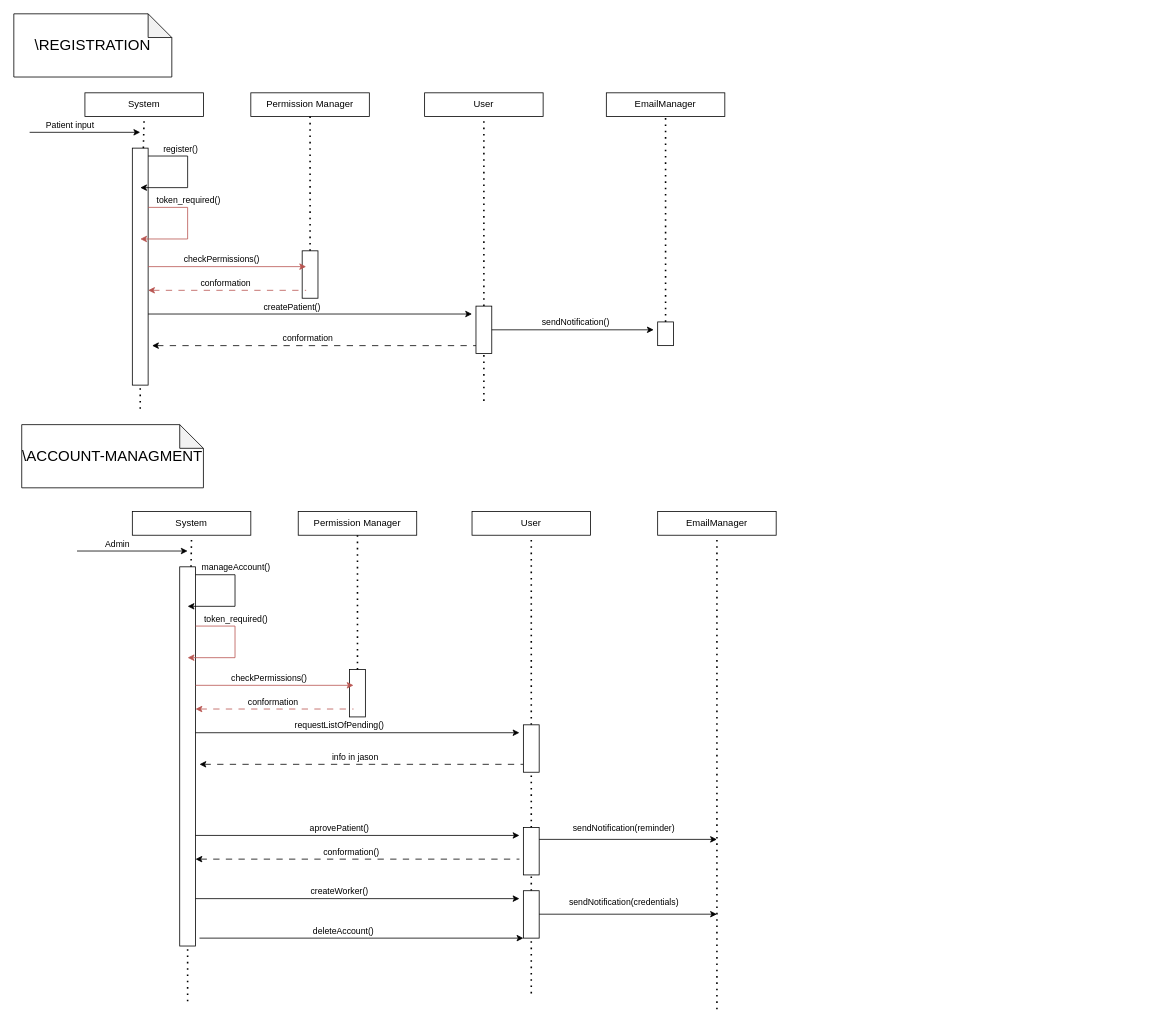
IndecentTulip/Online-Health-Monitoring-System keeps this draw.io diagram as Project_Documentation/sequence_design/Registration.drawio. Above is the earlier version. Source tidied: cells renumbered, new cells numbered last; positions are measured from the earlier drawing's top-left corner, leaving out a move shared by most shapes. Both pictures are drawn from the tidied source at 79%, with x=0, y=0 at pixel (13, 13).
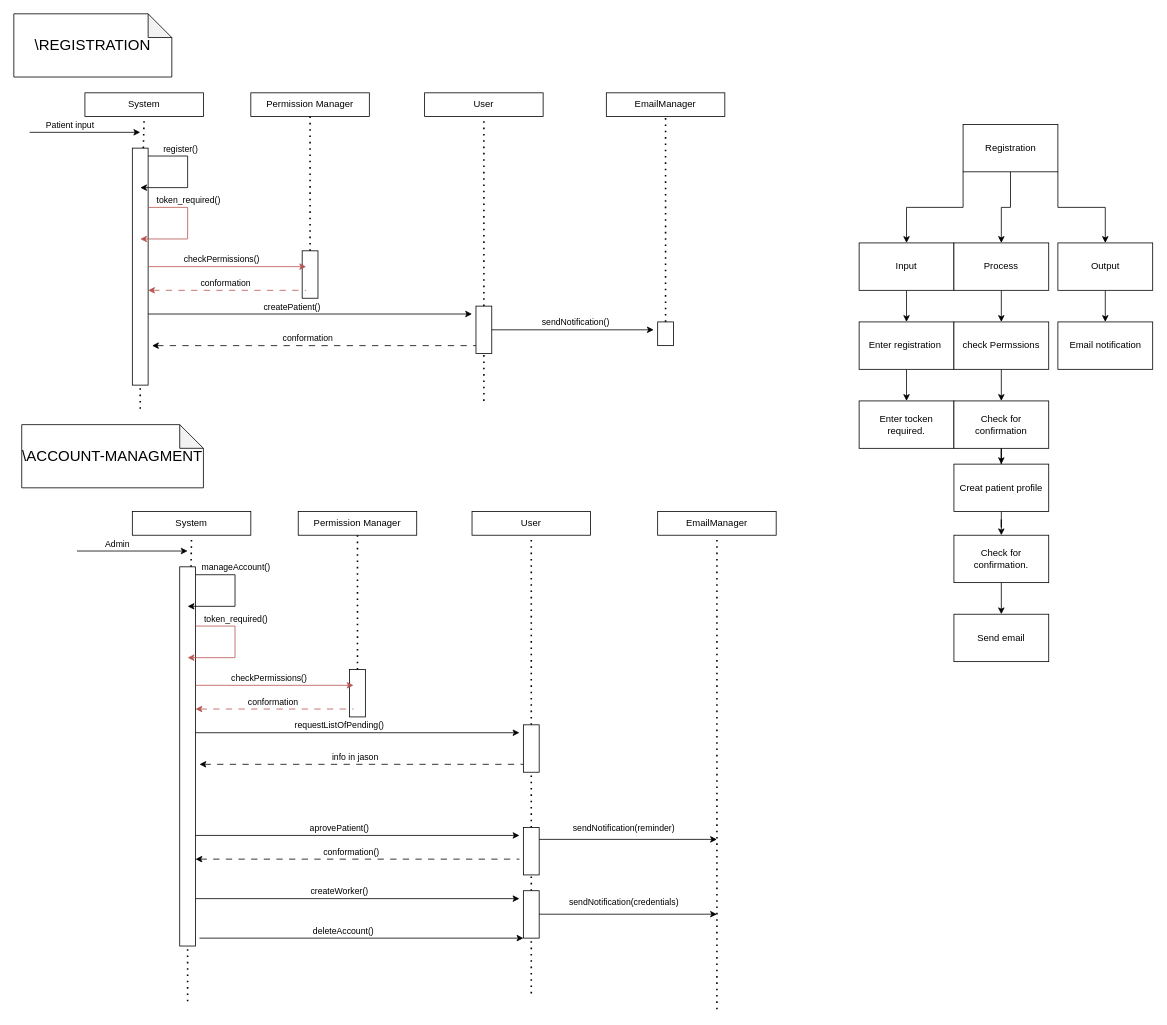
Above is the later version.

Commit message (it also covers changes not shown here):
Update schema database

The edit, as a diff of the source:
```diff
@@
+    <mxCell id="78" style="edgeStyle=orthogonalEdgeStyle;rounded=0;jettySize=auto;html=1;exitX=0;exitY=1;exitDx=0;exitDy=0;entryX=0.5;entryY=0;entryDx=0;entryDy=0;" parent="1" edge="1" source="81" target="83">
+      <mxGeometry relative="1" as="geometry" />
+    </mxCell>
+    <mxCell id="79" style="edgeStyle=orthogonalEdgeStyle;rounded=0;jettySize=auto;html=1;exitX=0.5;exitY=1;exitDx=0;exitDy=0;entryX=0.5;entryY=0;entryDx=0;entryDy=0;" parent="1" edge="1" source="81" target="88">
+      <mxGeometry relative="1" as="geometry" />
+    </mxCell>
+    <mxCell id="80" style="edgeStyle=orthogonalEdgeStyle;rounded=0;jettySize=auto;html=1;exitX=1;exitY=1;exitDx=0;exitDy=0;entryX=0.5;entryY=0;entryDx=0;entryDy=0;" parent="1" edge="1" source="81" target="94">
+      <mxGeometry relative="1" as="geometry" />
+    </mxCell>
+    <mxCell id="81" value="Registration" style="rounded=0;whiteSpace=wrap;html=1;" parent="1" vertex="1">
+      <mxGeometry x="1201.6" y="140" width="120" height="60" as="geometry" />
+    </mxCell>
+    <mxCell id="82" style="edgeStyle=orthogonalEdgeStyle;rounded=0;jettySize=auto;html=1;exitX=0.5;exitY=1;exitDx=0;exitDy=0;" parent="1" edge="1" source="83" target="85">
+      <mxGeometry relative="1" as="geometry" />
+    </mxCell>
+    <mxCell id="83" value="Input" style="rounded=0;whiteSpace=wrap;html=1;" parent="1" vertex="1">
+      <mxGeometry x="1070" y="290" width="120" height="60" as="geometry" />
+    </mxCell>
+    <mxCell id="84" style="edgeStyle=orthogonalEdgeStyle;rounded=0;jettySize=auto;html=1;exitX=0.5;exitY=1;exitDx=0;exitDy=0;" parent="1" edge="1" source="85" target="86">
+      <mxGeometry relative="1" as="geometry" />
+    </mxCell>
+    <mxCell id="85" value="Enter registration&amp;nbsp;" style="rounded=0;whiteSpace=wrap;html=1;" parent="1" vertex="1">
+      <mxGeometry x="1070" y="390" width="120" height="60" as="geometry" />
+    </mxCell>
+    <mxCell id="86" value="Enter tocken required." style="rounded=0;whiteSpace=wrap;html=1;" parent="1" vertex="1">
+      <mxGeometry x="1070" y="490" width="120" height="60" as="geometry" />
+    </mxCell>
+    <mxCell id="87" style="edgeStyle=orthogonalEdgeStyle;rounded=0;jettySize=auto;html=1;" parent="1" edge="1" source="88" target="90">
+      <mxGeometry relative="1" as="geometry" />
+    </mxCell>
+    <mxCell id="88" value="Process" style="rounded=0;whiteSpace=wrap;html=1;" parent="1" vertex="1">
+      <mxGeometry x="1190" y="290" width="120" height="60" as="geometry" />
+    </mxCell>
+    <mxCell id="89" style="edgeStyle=orthogonalEdgeStyle;rounded=0;jettySize=auto;html=1;exitX=0.5;exitY=1;exitDx=0;exitDy=0;" parent="1" edge="1" source="90" target="92">
+      <mxGeometry relative="1" as="geometry" />
+    </mxCell>
+    <mxCell id="90" value="check Permssions" style="rounded=0;whiteSpace=wrap;html=1;" parent="1" vertex="1">
+      <mxGeometry x="1190" y="390" width="120" height="60" as="geometry" />
+    </mxCell>
+    <mxCell id="91" style="edgeStyle=orthogonalEdgeStyle;rounded=0;jettySize=auto;html=1;exitX=0.5;exitY=1;exitDx=0;exitDy=0;" parent="1" edge="1" source="92" target="96">
+      <mxGeometry relative="1" as="geometry" />
+    </mxCell>
+    <mxCell id="92" value="Check for confirmation" style="rounded=0;whiteSpace=wrap;html=1;" parent="1" vertex="1">
+      <mxGeometry x="1190" y="490" width="120" height="60" as="geometry" />
+    </mxCell>
+    <mxCell id="93" style="edgeStyle=orthogonalEdgeStyle;rounded=0;jettySize=auto;html=1;exitX=0.5;exitY=1;exitDx=0;exitDy=0;" parent="1" edge="1" source="94" target="99">
+      <mxGeometry relative="1" as="geometry" />
+    </mxCell>
+    <mxCell id="94" value="Output" style="rounded=0;whiteSpace=wrap;html=1;" parent="1" vertex="1">
+      <mxGeometry x="1321.6" y="290" width="120" height="60" as="geometry" />
+    </mxCell>
+    <mxCell id="95" style="edgeStyle=orthogonalEdgeStyle;rounded=0;jettySize=auto;html=1;exitX=0.5;exitY=1;exitDx=0;exitDy=0;" parent="1" edge="1" source="96" target="98">
+      <mxGeometry relative="1" as="geometry" />
+    </mxCell>
+    <mxCell id="96" value="Creat patient profile" style="rounded=0;whiteSpace=wrap;html=1;" parent="1" vertex="1">
+      <mxGeometry x="1190" y="570" width="120" height="60" as="geometry" />
+    </mxCell>
+    <mxCell id="97" style="edgeStyle=orthogonalEdgeStyle;rounded=0;jettySize=auto;html=1;" parent="1" edge="1" source="98" target="100">
+      <mxGeometry relative="1" as="geometry" />
+    </mxCell>
+    <mxCell id="98" value="Check for confirmation." style="rounded=0;whiteSpace=wrap;html=1;" parent="1" vertex="1">
+      <mxGeometry x="1190" y="660" width="120" height="60" as="geometry" />
+    </mxCell>
+    <mxCell id="99" value="Email notification" style="rounded=0;whiteSpace=wrap;html=1;" parent="1" vertex="1">
+      <mxGeometry x="1321.6" y="390" width="120" height="60" as="geometry" />
+    </mxCell>
+    <mxCell id="100" value="Send email" style="rounded=0;whiteSpace=wrap;html=1;" parent="1" vertex="1">
+      <mxGeometry x="1190" y="760" width="120" height="60" as="geometry" />
+    </mxCell>
```
